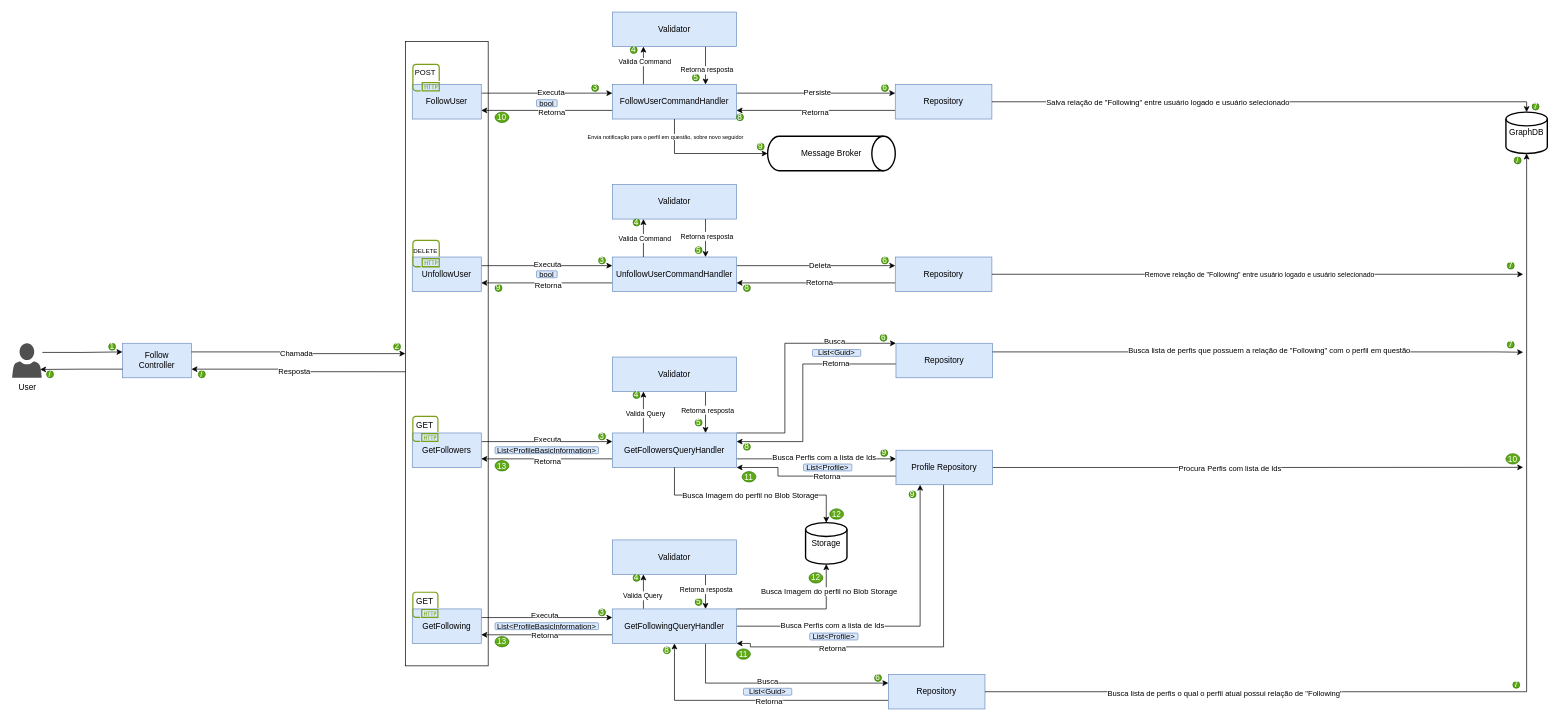
Before: page "SocialService/Follow" (4 of 15) of Architecture.drawio in AlanEdward19/ShapeUp, a draw.io diagram. Source tidied: cells renumbered, new cells numbered last; positions are measured from the earlier drawing's top-left corner, leaving out a move shared by most shapes. Both pictures are drawn from the tidied source at 69%, with x=0, y=0 at pixel (12, 12).
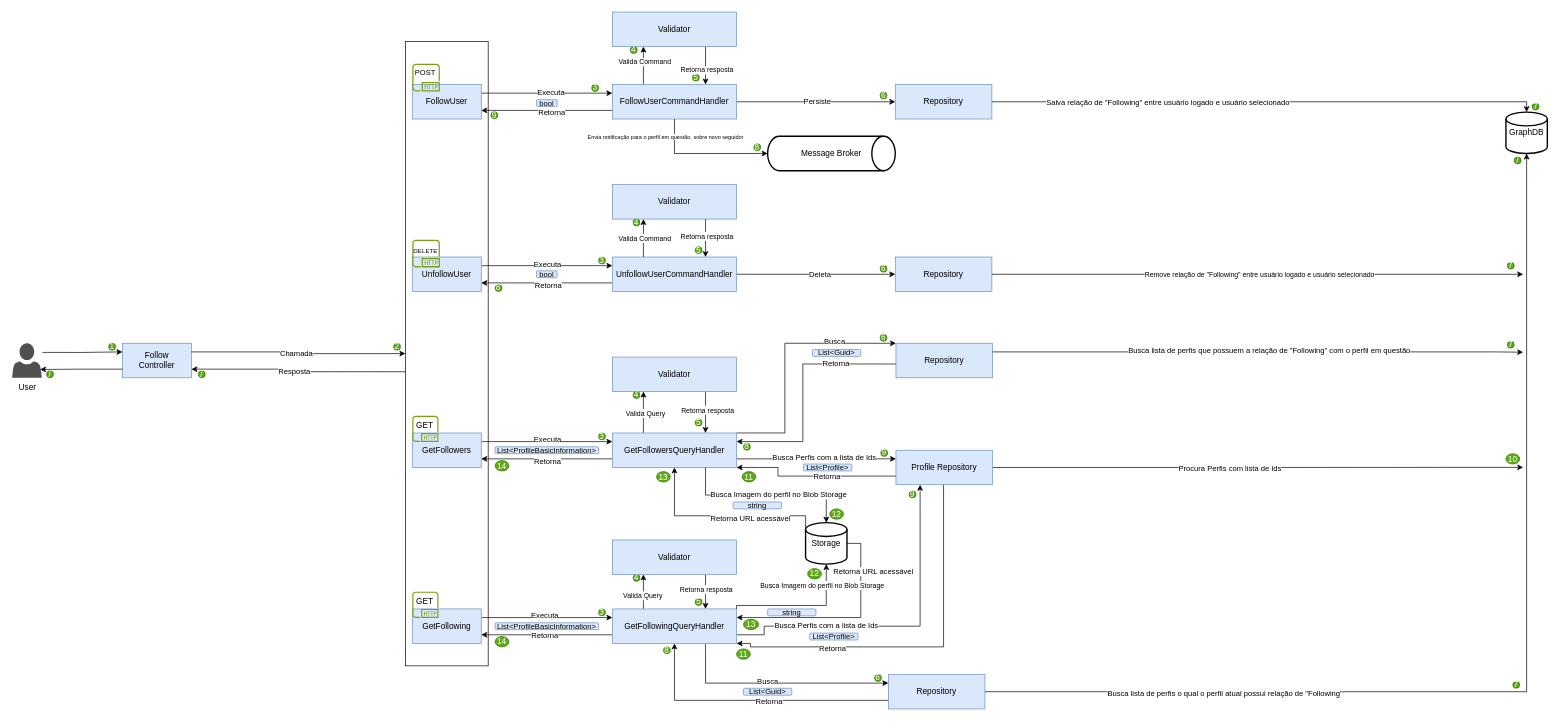
Above is the later version.

Unchanged cells that the change refers to:
```xml
<mxCell id="17" value="FollowUserCommandHandler" style="whiteSpace=wrap;html=1;fillColor=#dae8fc;strokeColor=#6c8ebf;" parent="1" vertex="1">
  <mxGeometry x="870" y="105" width="180" height="50" as="geometry" />
</mxCell>
<mxCell id="29" value="Repository" style="whiteSpace=wrap;html=1;fillColor=#dae8fc;strokeColor=#6c8ebf;" parent="1" vertex="1">
  <mxGeometry x="1280" y="105" width="140" height="50" as="geometry" />
</mxCell>
<mxCell id="40" value="Repository" style="whiteSpace=wrap;html=1;fillColor=#dae8fc;strokeColor=#6c8ebf;" parent="1" vertex="1">
  <mxGeometry x="1280" y="355" width="140" height="50" as="geometry" />
</mxCell>
<mxCell id="51" value="GetFollowersQueryHandler" style="whiteSpace=wrap;html=1;fillColor=#dae8fc;strokeColor=#6c8ebf;" parent="1" vertex="1">
  <mxGeometry x="870" y="610" width="180" height="50" as="geometry" />
</mxCell>
<mxCell id="59" value="Storage" style="strokeWidth=2;html=1;shape=mxgraph.flowchart.database;whiteSpace=wrap;" parent="1" vertex="1">
  <mxGeometry x="1150" y="740" width="60" height="60" as="geometry" />
</mxCell>
<mxCell id="70" value="GetFollowingQueryHandler" style="whiteSpace=wrap;html=1;fillColor=#dae8fc;strokeColor=#6c8ebf;" parent="1" vertex="1">
  <mxGeometry x="870" y="865" width="180" height="50" as="geometry" />
</mxCell>
<mxCell id="102" value="UnfollowUserCommandHandler" style="whiteSpace=wrap;html=1;fillColor=#dae8fc;strokeColor=#6c8ebf;" parent="101" vertex="1">
  <mxGeometry y="105" width="180" height="50" as="geometry" />
</mxCell>
<mxCell id="153" value="Profile Repository" style="whiteSpace=wrap;html=1;fillColor=#dae8fc;strokeColor=#6c8ebf;" parent="1" vertex="1">
  <mxGeometry x="1281" y="635" width="140" height="50" as="geometry" />
</mxCell>
```

The edit, as a diff of the source:
```diff
@@
-    <mxCell id="15" style="edgeStyle=orthogonalEdgeStyle;rounded=0;jettySize=auto;html=1;exitX=1;exitY=0.25;exitDx=0;exitDy=0;entryX=0;entryY=0.25;entryDx=0;entryDy=0;" parent="1" edge="1" source="17" target="29">
+    <mxCell id="15" style="edgeStyle=orthogonalEdgeStyle;rounded=0;jettySize=auto;html=1;exitX=1;exitY=0.5;exitDx=0;exitDy=0;entryX=0;entryY=0.5;entryDx=0;entryDy=0;" parent="1" edge="1" source="17" target="29">
       <mxGeometry relative="1" as="geometry" />
     </mxCell>
@@
-    <mxCell id="20" style="edgeStyle=orthogonalEdgeStyle;rounded=0;jettySize=auto;html=1;exitX=1;exitY=0.25;exitDx=0;exitDy=0;entryX=0;entryY=0.25;entryDx=0;entryDy=0;" parent="1" edge="1" source="102" target="40">
+    <mxCell id="20" style="edgeStyle=orthogonalEdgeStyle;rounded=0;jettySize=auto;html=1;exitX=1;exitY=0.5;exitDx=0;exitDy=0;entryX=0;entryY=0.5;entryDx=0;entryDy=0;" parent="1" edge="1" source="102" target="40">
       <mxGeometry relative="1" as="geometry" />
     </mxCell>
@@
-    <mxCell id="27" style="edgeStyle=orthogonalEdgeStyle;rounded=0;jettySize=auto;html=1;exitX=0;exitY=0.75;exitDx=0;exitDy=0;entryX=1;entryY=0.75;entryDx=0;entryDy=0;" parent="1" edge="1" source="29" target="17">
-      <mxGeometry relative="1" as="geometry" />
-    </mxCell>
-    <mxCell id="28" value="Retorna" style="edgeLabel;html=1;align=center;verticalAlign=middle;" parent="27" vertex="1">
-      <mxGeometry x="0.02" y="1" relative="1" as="geometry">
-        <mxPoint y="2" as="offset" />
-      </mxGeometry>
-    </mxCell>
@@
-    <mxCell id="38" style="edgeStyle=orthogonalEdgeStyle;rounded=0;jettySize=auto;html=1;exitX=0;exitY=0.75;exitDx=0;exitDy=0;entryX=1;entryY=0.75;entryDx=0;entryDy=0;" parent="1" edge="1" source="40" target="102">
-      <mxGeometry relative="1" as="geometry" />
-    </mxCell>
-    <mxCell id="39" value="Retorna" style="edgeLabel;html=1;align=center;verticalAlign=middle;" parent="38" vertex="1">
-      <mxGeometry x="0.31" y="-1" relative="1" as="geometry">
-        <mxPoint x="40" as="offset" />
-      </mxGeometry>
-    </mxCell>
@@
+    <mxCell id="170" style="edgeStyle=orthogonalEdgeStyle;rounded=0;jettySize=auto;html=1;exitX=0;exitY=0.5;exitDx=0;exitDy=0;exitPerimeter=0;entryX=0.5;entryY=1;entryDx=0;entryDy=0;" parent="1" edge="1" source="59" target="51">
+      <mxGeometry relative="1" as="geometry">
+        <Array as="points">
+          <mxPoint x="1150" y="730" />
+          <mxPoint x="960" y="730" />
+        </Array>
+      </mxGeometry>
+    </mxCell>
+    <mxCell id="171" value="Retorna URL acessável" style="edgeLabel;html=1;align=center;verticalAlign=middle;" parent="170" vertex="1">
+      <mxGeometry x="0.19" y="1" relative="1" as="geometry">
+        <mxPoint x="58" y="2" as="offset" />
+      </mxGeometry>
+    </mxCell>
+    <mxCell id="172" style="edgeStyle=orthogonalEdgeStyle;rounded=0;jettySize=auto;html=1;exitX=1;exitY=0.5;exitDx=0;exitDy=0;exitPerimeter=0;entryX=1;entryY=0.25;entryDx=0;entryDy=0;" parent="1" edge="1" source="59" target="70">
+      <mxGeometry relative="1" as="geometry" />
+    </mxCell>
+    <mxCell id="173" value="Retorna URL acessável" style="edgeLabel;html=1;align=center;verticalAlign=middle;" parent="172" vertex="1">
+      <mxGeometry x="-0.76" relative="1" as="geometry">
+        <mxPoint x="17" y="23" as="offset" />
+      </mxGeometry>
+    </mxCell>
@@
-    <mxCell id="68" style="edgeStyle=orthogonalEdgeStyle;rounded=0;jettySize=auto;html=1;exitX=1;exitY=0.5;exitDx=0;exitDy=0;entryX=0.25;entryY=1;entryDx=0;entryDy=0;" parent="1" edge="1" source="70" target="153">
+    <mxCell id="68" style="edgeStyle=orthogonalEdgeStyle;rounded=0;jettySize=auto;html=1;exitX=1;exitY=0.75;exitDx=0;exitDy=0;entryX=0.25;entryY=1;entryDx=0;entryDy=0;" parent="1" edge="1" source="70" target="153">
       <mxGeometry relative="1" as="geometry">
         <Array as="points">
+          <mxPoint x="1090" y="903" />
+          <mxPoint x="1090" y="890" />
           <mxPoint x="1316" y="890" />
         </Array>
       </mxGeometry>
     </mxCell>
@@
     <mxCell id="124" value="6" style="ellipse;whiteSpace=wrap;html=1;fillColor=#60a917;fontColor=#ffffff;strokeColor=#2D7600;" parent="1" vertex="1">
-      <mxGeometry x="1260" y="105" width="10" height="10" as="geometry" />
+      <mxGeometry x="1258" y="116" width="10" height="10" as="geometry" />
     </mxCell>
     <mxCell id="125" value="8" style="ellipse;whiteSpace=wrap;html=1;fillColor=#60a917;fontColor=#ffffff;strokeColor=#2D7600;" parent="1" vertex="1">
-      <mxGeometry x="1050" y="147.5" width="10" height="10" as="geometry" />
+      <mxGeometry x="1075" y="191" width="10" height="10" as="geometry" />
     </mxCell>
     <mxCell id="126" value="9" style="ellipse;whiteSpace=wrap;html=1;fillColor=#60a917;fontColor=#ffffff;strokeColor=#2D7600;" parent="1" vertex="1">
-      <mxGeometry x="1080" y="190" width="10" height="10" as="geometry" />
+      <mxGeometry x="694" y="144.5" width="10" height="10" as="geometry" />
     </mxCell>
-    <mxCell id="127" value="10" style="ellipse;whiteSpace=wrap;html=1;fillColor=#60a917;fontColor=#ffffff;strokeColor=#2D7600;" parent="1" vertex="1">
-      <mxGeometry x="700" y="145" width="20" height="15" as="geometry" />
-    </mxCell>
     <mxCell id="128" value="6" style="ellipse;whiteSpace=wrap;html=1;fillColor=#60a917;fontColor=#ffffff;strokeColor=#2D7600;" parent="1" vertex="1">
-      <mxGeometry x="1260" y="355" width="10" height="10" as="geometry" />
+      <mxGeometry x="1258" y="367" width="10" height="10" as="geometry" />
     </mxCell>
-    <mxCell id="129" value="8" style="ellipse;whiteSpace=wrap;html=1;fillColor=#60a917;fontColor=#ffffff;strokeColor=#2D7600;" parent="1" vertex="1">
-      <mxGeometry x="1060" y="395" width="10" height="10" as="geometry" />
-    </mxCell>
-    <mxCell id="130" value="9" style="ellipse;whiteSpace=wrap;html=1;fillColor=#60a917;fontColor=#ffffff;strokeColor=#2D7600;" parent="1" vertex="1">
+    <mxCell id="130" value="8" style="ellipse;whiteSpace=wrap;html=1;fillColor=#60a917;fontColor=#ffffff;strokeColor=#2D7600;" parent="1" vertex="1">
       <mxGeometry x="700" y="395" width="10" height="10" as="geometry" />
     </mxCell>
@@
-    <mxCell id="133" value="13" style="ellipse;whiteSpace=wrap;html=1;fillColor=#60a917;fontColor=#ffffff;strokeColor=#2D7600;" parent="1" vertex="1">
+    <mxCell id="133" value="14" style="ellipse;whiteSpace=wrap;html=1;fillColor=#60a917;fontColor=#ffffff;strokeColor=#2D7600;" parent="1" vertex="1">
       <mxGeometry x="700" y="650" width="20" height="15" as="geometry" />
     </mxCell>
@@
-    <mxCell id="135" value="13" style="ellipse;whiteSpace=wrap;html=1;fillColor=#60a917;fontColor=#ffffff;strokeColor=#2D7600;" parent="1" vertex="1">
+    <mxCell id="135" value="14" style="ellipse;whiteSpace=wrap;html=1;fillColor=#60a917;fontColor=#ffffff;strokeColor=#2D7600;" parent="1" vertex="1">
       <mxGeometry x="700" y="905" width="20" height="15" as="geometry" />
     </mxCell>
@@
     <mxCell id="154" style="edgeStyle=orthogonalEdgeStyle;rounded=0;jettySize=auto;html=1;exitX=1;exitY=0;exitDx=0;exitDy=0;entryX=0.5;entryY=1;entryDx=0;entryDy=0;entryPerimeter=0;" parent="1" edge="1" source="70" target="59">
       <mxGeometry relative="1" as="geometry">
         <Array as="points">
-          <mxPoint x="1180" y="865" />
+          <mxPoint x="1050" y="860" />
+          <mxPoint x="1180" y="860" />
         </Array>
       </mxGeometry>
     </mxCell>
-    <mxCell id="155" value="Busca Imagem do perfil no Blob Storage" style="edgeLabel;html=1;align=center;verticalAlign=middle;" parent="154" vertex="1">
+    <mxCell id="155" value="&lt;font style=&quot;font-size: 10px;&quot;&gt;Busca Imagem do perfil no Blob Storage&lt;/font&gt;" style="edgeLabel;html=1;align=center;verticalAlign=middle;" parent="154" vertex="1">
       <mxGeometry x="-0.51" y="-2" relative="1" as="geometry">
-        <mxPoint x="85" y="-28" as="offset" />
+        <mxPoint x="80" y="-32" as="offset" />
       </mxGeometry>
     </mxCell>
-    <mxCell id="156" style="edgeStyle=orthogonalEdgeStyle;rounded=0;jettySize=auto;html=1;exitX=0.5;exitY=1;exitDx=0;exitDy=0;entryX=0.5;entryY=0;entryDx=0;entryDy=0;entryPerimeter=0;" parent="1" edge="1" source="51" target="59">
+    <mxCell id="156" style="edgeStyle=orthogonalEdgeStyle;rounded=0;jettySize=auto;html=1;exitX=0.75;exitY=1;exitDx=0;exitDy=0;entryX=0.5;entryY=0;entryDx=0;entryDy=0;entryPerimeter=0;" parent="1" edge="1" source="51" target="59">
       <mxGeometry relative="1" as="geometry" />
     </mxCell>
     <mxCell id="157" value="Busca Imagem do perfil no Blob Storage" style="edgeLabel;html=1;align=center;verticalAlign=middle;" parent="156" vertex="1">
       <mxGeometry x="-0.05" y="2" relative="1" as="geometry">
-        <mxPoint x="6" y="2" as="offset" />
+        <mxPoint x="24" y="1" as="offset" />
       </mxGeometry>
     </mxCell>
@@
     <mxCell id="167" value="12" style="ellipse;whiteSpace=wrap;html=1;fillColor=#60a917;fontColor=#ffffff;strokeColor=#2D7600;" parent="1" vertex="1">
-      <mxGeometry x="1155" y="812.5" width="20" height="15" as="geometry" />
+      <mxGeometry x="1153" y="806.5" width="20" height="15" as="geometry" />
     </mxCell>
@@
+    <mxCell id="174" value="13" style="ellipse;whiteSpace=wrap;html=1;fillColor=#60a917;fontColor=#ffffff;strokeColor=#2D7600;" parent="1" vertex="1">
+      <mxGeometry x="934" y="666" width="20" height="15" as="geometry" />
+    </mxCell>
+    <mxCell id="175" value="13" style="ellipse;whiteSpace=wrap;html=1;fillColor=#60a917;fontColor=#ffffff;strokeColor=#2D7600;" parent="1" vertex="1">
+      <mxGeometry x="1060" y="880" width="22" height="15" as="geometry" />
+    </mxCell>
+    <mxCell id="176" value="string" style="rounded=1;whiteSpace=wrap;html=1;fillColor=#dae8fc;strokeColor=#6c8ebf;fontSize=11;" parent="1" vertex="1">
+      <mxGeometry x="1045" y="710" width="70" height="10" as="geometry" />
+    </mxCell>
+    <mxCell id="177" value="string" style="rounded=1;whiteSpace=wrap;html=1;fillColor=#dae8fc;strokeColor=#6c8ebf;fontSize=11;" parent="1" vertex="1">
+      <mxGeometry x="1095" y="865" width="70" height="10" as="geometry" />
+    </mxCell>
```
